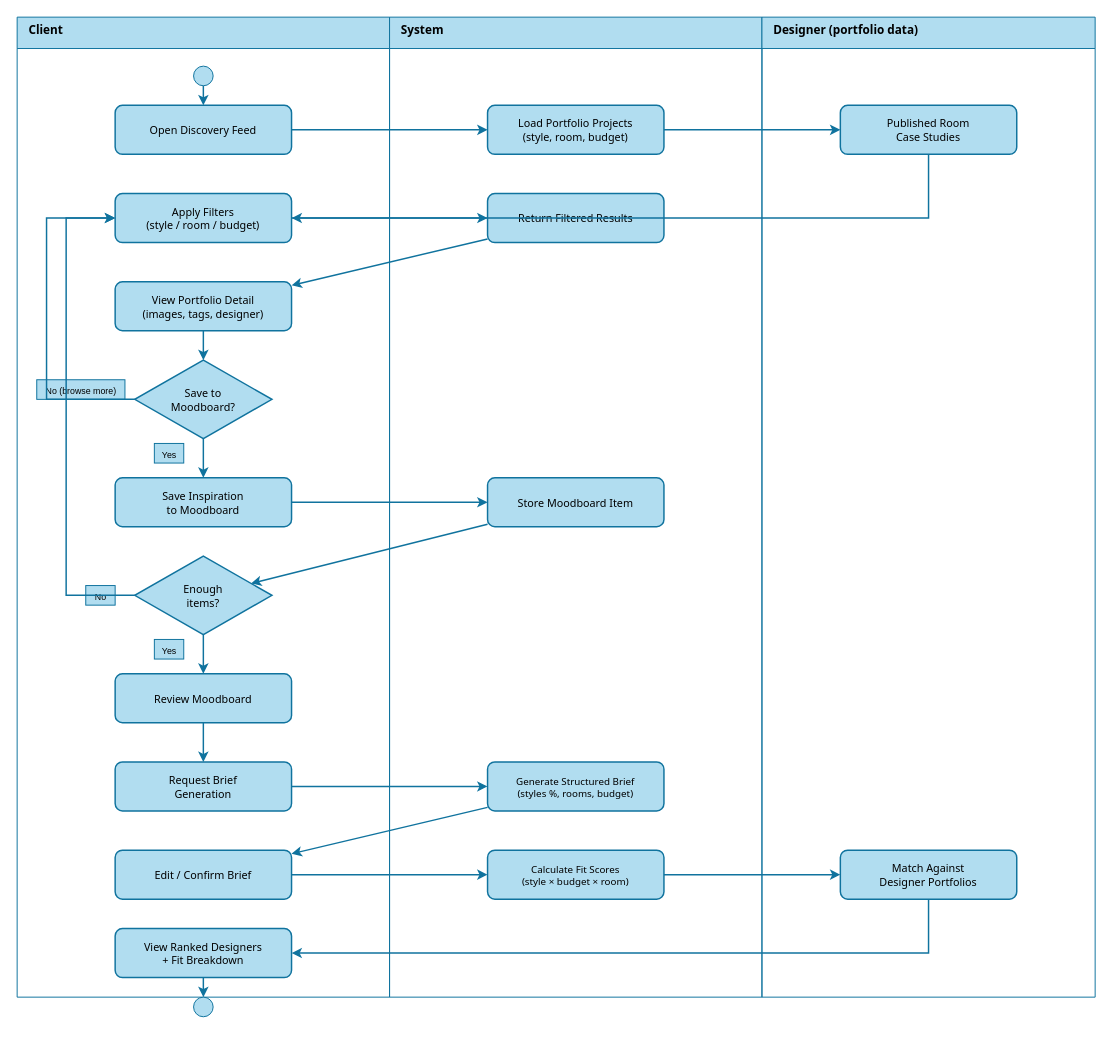
Earlier version of the draw.io diagram docs/Interim/Diagrams/04-activity-discover-brief.drawio (MNSBaanu/Inside). Source tidied: cells renumbered, new cells numbered last; positions are measured from the earlier drawing's top-left corner, leaving out a move shared by most shapes. Both pictures are drawn from the tidied source at 98%, with x=0, y=0 at pixel (17, 17).
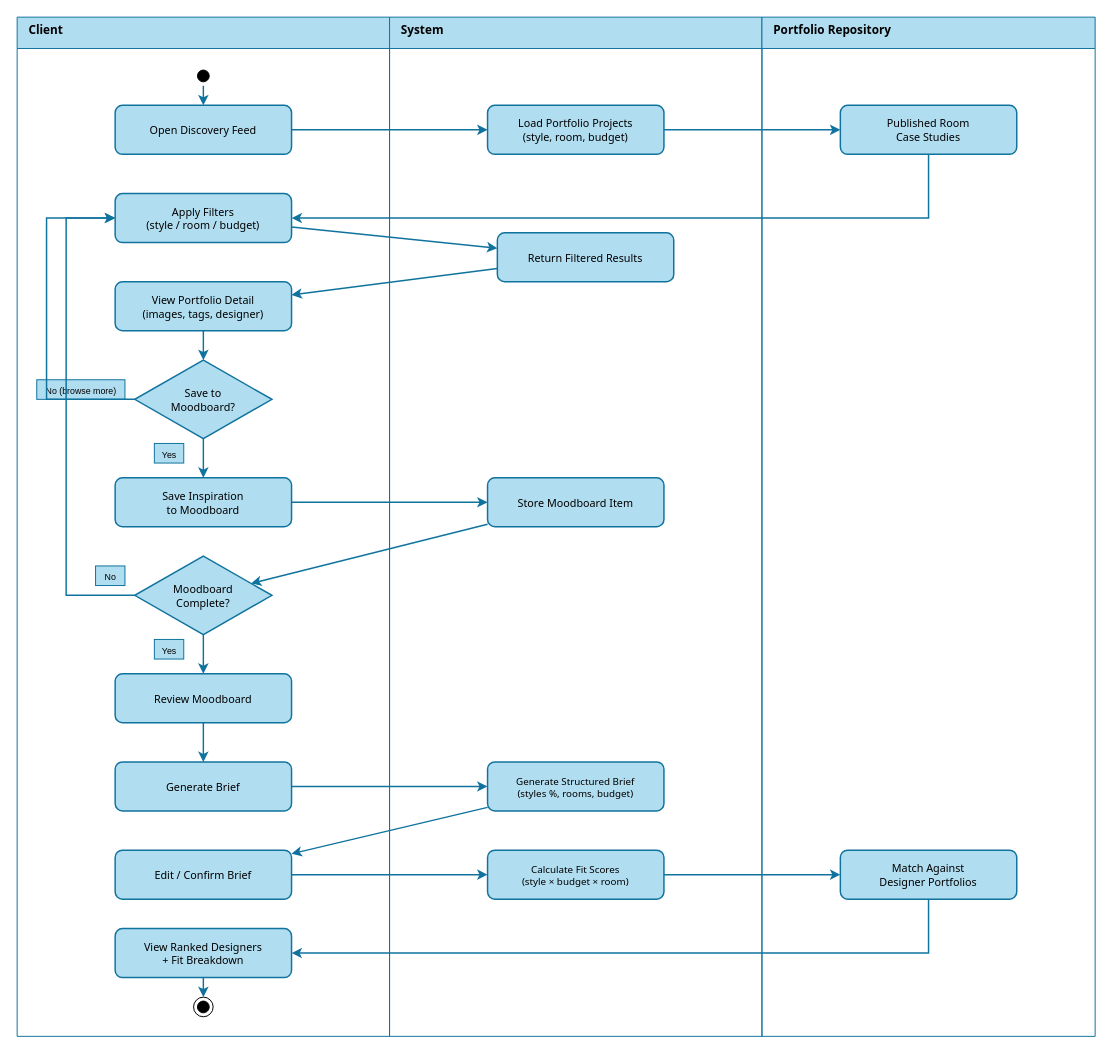
The same diagram, later.

Commit message:
Update Activity Diagram - Discover Moodboard Brief for clarity and consistency

- Adjusted swimlane heights and dimensions for improved visual balance.
- Renamed action labels for better understanding, changing "Designer (portfolio data)" to "Portfolio Repository" and "Request Brief Generation" to "Generate Brief."
- Enhanced diagram elements and styles for consistency and clarity, including updates to start and end state styles.

What changed in the source:
```diff
@@
     <mxCell id="2" value="Client" style="swimlane;startSize=32;fillColor=#b1ddf0;strokeColor=#10739e;fontStyle=1;fontSize=12;fontFamily=Tahoma;align=left;verticalAlign=top;spacingLeft=10;" parent="1" vertex="1">
-      <mxGeometry width="380" height="1000" as="geometry" />
+      <mxGeometry width="380" height="1040" as="geometry" />
     </mxCell>
+    <mxCell id="27" value="No" style="text;html=1;strokeColor=#10739e;fillColor=#b1ddf0;align=center;fontSize=9;" parent="2" vertex="1">
+      <mxGeometry x="80" y="560" width="30" height="20" as="geometry" />
+    </mxCell>
     <mxCell id="3" value="System" style="swimlane;startSize=32;fillColor=#b1ddf0;strokeColor=#10739e;fontStyle=1;fontSize=12;fontFamily=Tahoma;align=left;verticalAlign=top;spacingLeft=10;" parent="1" vertex="1">
-      <mxGeometry x="380" width="380" height="1000" as="geometry" />
+      <mxGeometry x="380" width="380" height="1040" as="geometry" />
     </mxCell>
+    <mxCell id="10" value="Return Filtered Results" style="rounded=1;whiteSpace=wrap;html=1;fillColor=#b1ddf0;strokeColor=#10739e;strokeWidth=1.5;fontFamily=Tahoma;fontSize=11;" parent="3" vertex="1">
+      <mxGeometry x="110" y="220" width="180" height="50" as="geometry" />
+    </mxCell>
-    <mxCell id="4" value="Designer (portfolio data)" style="swimlane;startSize=32;fillColor=#b1ddf0;strokeColor=#10739e;fontStyle=1;fontSize=12;fontFamily=Tahoma;align=left;verticalAlign=top;spacingLeft=10;" parent="1" vertex="1">
-      <mxGeometry x="760" width="340" height="1000" as="geometry" />
+    <mxCell id="4" value="Portfolio Repository" style="swimlane;startSize=32;fillColor=#b1ddf0;strokeColor=#10739e;fontStyle=1;fontSize=12;fontFamily=Tahoma;align=left;verticalAlign=top;spacingLeft=10;" parent="1" vertex="1">
+      <mxGeometry x="760" width="340" height="1040" as="geometry" />
     </mxCell>
-    <mxCell id="5" style="ellipse;whiteSpace=wrap;html=1;fillColor=#b1ddf0;strokeColor=#10739e;" parent="1" vertex="1">
+    <mxCell id="5" style="ellipse;html=1;shape=startState;fillColor=#000000;strokeColor=#000000;" parent="1" vertex="1">
       <mxGeometry x="180" y="50" width="20" height="20" as="geometry" />
     </mxCell>
@@
-    <mxCell id="10" value="Return Filtered Results" style="rounded=1;whiteSpace=wrap;html=1;fillColor=#b1ddf0;strokeColor=#10739e;strokeWidth=1.5;fontFamily=Tahoma;fontSize=11;" parent="1" vertex="1">
-      <mxGeometry x="480" y="180" width="180" height="50" as="geometry" />
-    </mxCell>
@@
-    <mxCell id="15" value="Enough&#10;items?" style="rhombus;whiteSpace=wrap;html=1;fillColor=#b1ddf0;strokeColor=#10739e;strokeWidth=1.5;fontFamily=Tahoma;fontSize=11;" parent="1" vertex="1">
+    <mxCell id="15" value="Moodboard&#10;Complete?" style="rhombus;whiteSpace=wrap;html=1;fillColor=#b1ddf0;strokeColor=#10739e;strokeWidth=1.5;fontFamily=Tahoma;fontSize=11;" parent="1" vertex="1">
       <mxGeometry x="120" y="550" width="140" height="80" as="geometry" />
     </mxCell>
@@
-    <mxCell id="17" value="Request Brief&#10;Generation" style="rounded=1;whiteSpace=wrap;html=1;fillColor=#b1ddf0;strokeColor=#10739e;strokeWidth=1.5;fontFamily=Tahoma;fontSize=11;" parent="1" vertex="1">
+    <mxCell id="17" value="Generate Brief" style="rounded=1;whiteSpace=wrap;html=1;fillColor=#b1ddf0;strokeColor=#10739e;strokeWidth=1.5;fontFamily=Tahoma;fontSize=11;" parent="1" vertex="1">
       <mxGeometry x="100" y="760" width="180" height="50" as="geometry" />
     </mxCell>
@@
-    <mxCell id="23" style="ellipse;whiteSpace=wrap;html=1;fillColor=#b1ddf0;strokeColor=#10739e;" parent="1" vertex="1">
+    <mxCell id="23" style="ellipse;html=1;shape=endState;fillColor=#000000;strokeColor=#000000;" parent="1" vertex="1">
       <mxGeometry x="180" y="1000" width="20" height="20" as="geometry" />
     </mxCell>
@@
-    <mxCell id="27" value="No" style="text;html=1;strokeColor=#10739e;fillColor=#b1ddf0;align=center;fontSize=9;" parent="1" vertex="1">
-      <mxGeometry x="70" y="580" width="30" height="20" as="geometry" />
-    </mxCell>
```
